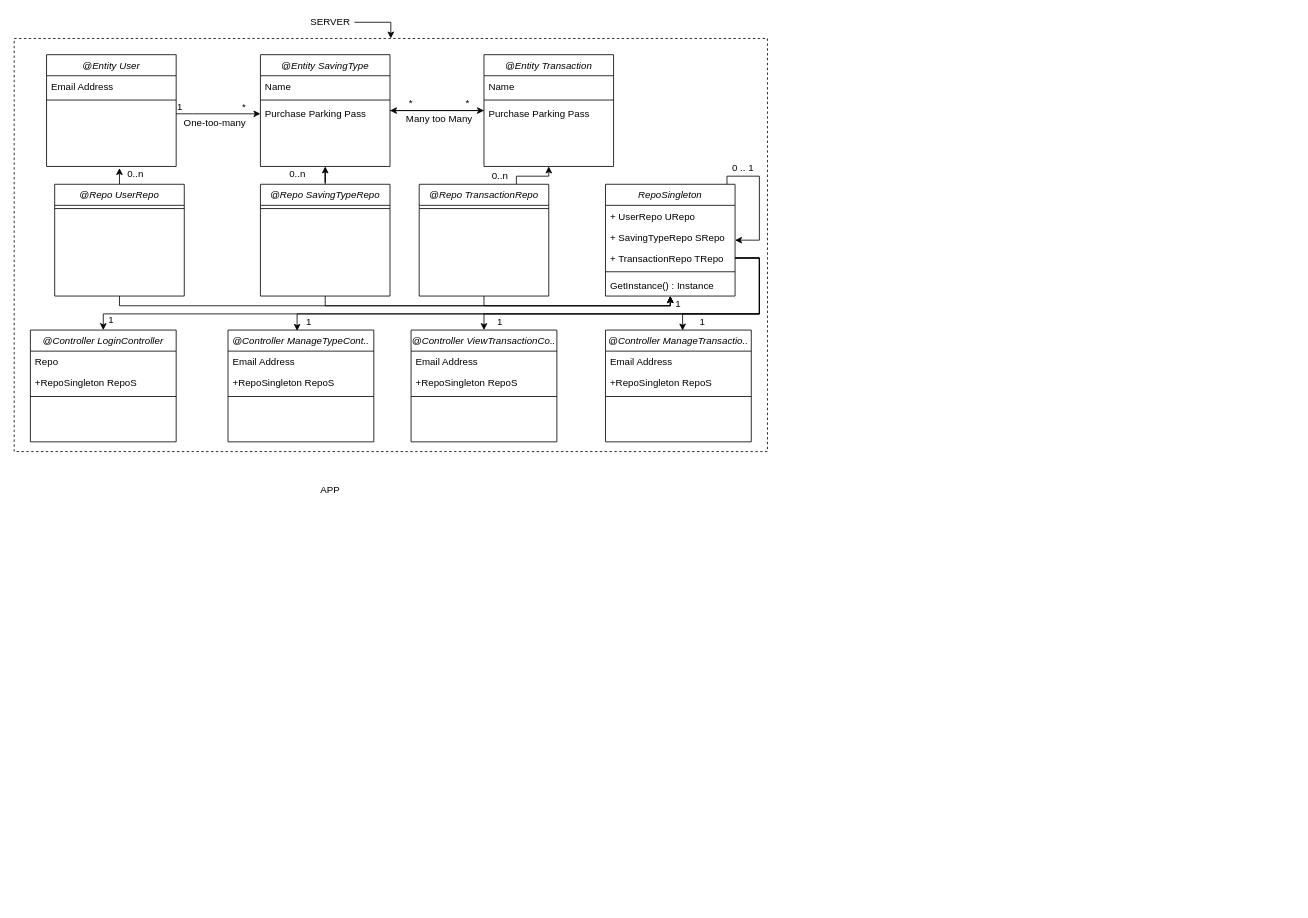
This is DIAGRAMS-verkefni-2/UMLCLASS.drawio from bhs15/BaraSpara-Hopur19, a draw.io file, before an edit. Source tidied: cells renumbered, new cells numbered last; positions are measured from the earlier drawing's top-left corner, leaving out a move shared by most shapes. Both pictures are drawn from the tidied source at 81%, with x=0, y=0 at pixel (14, 14).
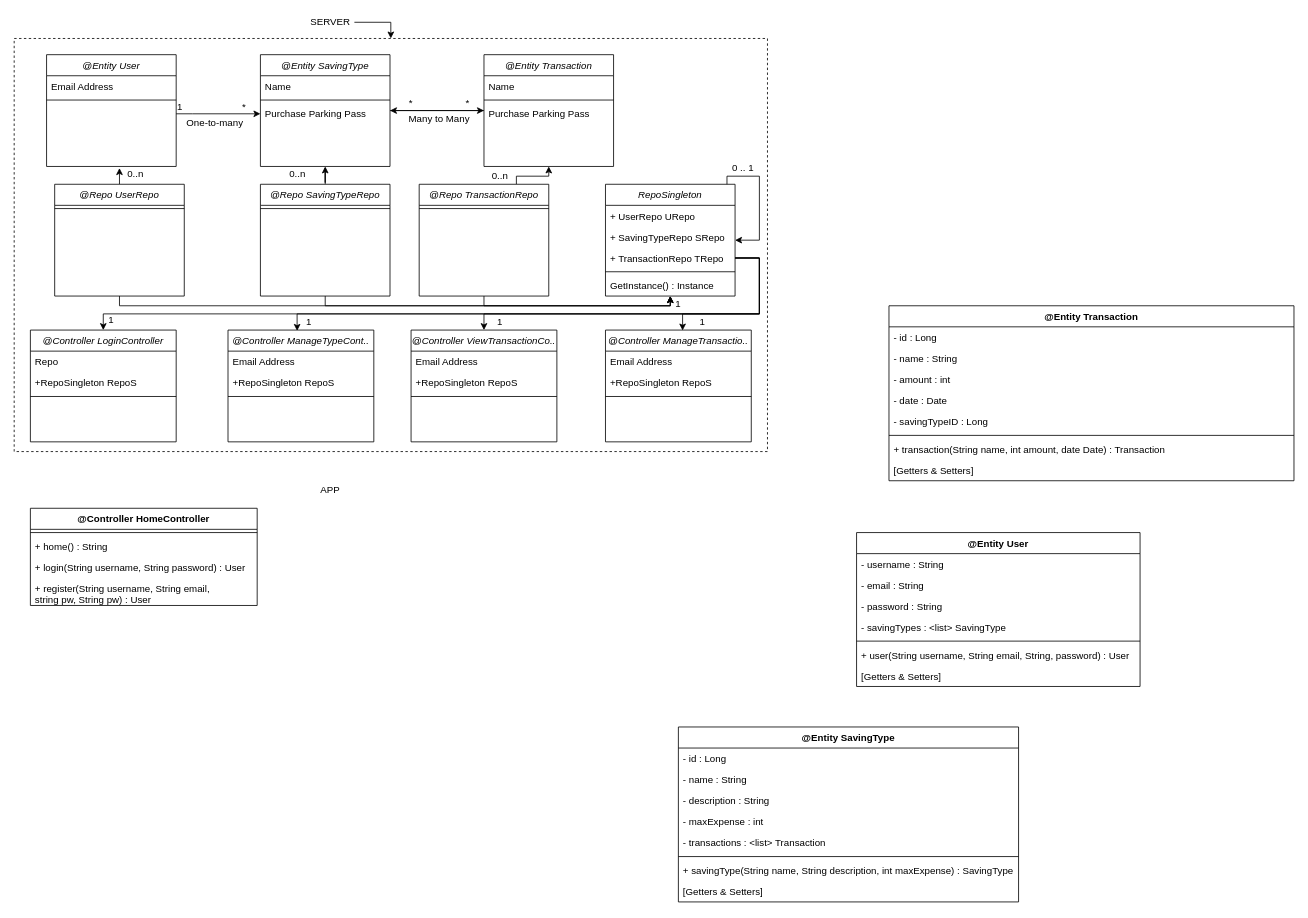
The same diagram, later.

Change to the diagram source:
```diff
@@
-    <mxCell id="24" value="One-too-many" style="text;html=1;strokeColor=none;fillColor=none;align=center;verticalAlign=middle;whiteSpace=wrap;rounded=0;dashed=1;" parent="1" vertex="1">
+    <mxCell id="24" value="One-to-many" style="text;html=1;strokeColor=none;fillColor=none;align=center;verticalAlign=middle;whiteSpace=wrap;rounded=0;dashed=1;" parent="1" vertex="1">
       <mxGeometry x="200" y="125" width="96" height="20" as="geometry" />
     </mxCell>
-    <mxCell id="25" value="Many too Many" style="text;html=1;strokeColor=none;fillColor=none;align=center;verticalAlign=middle;whiteSpace=wrap;rounded=0;dashed=1;" parent="1" vertex="1">
+    <mxCell id="25" value="Many to Many" style="text;html=1;strokeColor=none;fillColor=none;align=center;verticalAlign=middle;whiteSpace=wrap;rounded=0;dashed=1;" parent="1" vertex="1">
       <mxGeometry x="480" y="120" width="90" height="20" as="geometry" />
     </mxCell>
@@
+    <mxCell id="74" value="@Controller HomeController" style="swimlane;fontStyle=1;align=center;verticalAlign=top;horizontal=1;startSize=26;" parent="1" vertex="1">
+      <mxGeometry x="20" y="610" width="280" height="120" as="geometry" />
+    </mxCell>
+    <mxCell id="75" style="line;strokeWidth=1;fillColor=none;align=left;verticalAlign=middle;spacingTop=-1;spacingLeft=3;spacingRight=3;labelPosition=right;" parent="74" vertex="1">
+      <mxGeometry y="26" width="280" height="8" as="geometry" />
+    </mxCell>
+    <mxCell id="76" value="+ home() : String" style="text;strokeColor=none;fillColor=none;align=left;verticalAlign=top;spacingLeft=4;spacingRight=4;overflow=hidden;" parent="74" vertex="1">
+      <mxGeometry y="34" width="280" height="26" as="geometry" />
+    </mxCell>
+    <mxCell id="77" value="+ login(String username, String password) : User" style="text;strokeColor=none;fillColor=none;align=left;verticalAlign=top;spacingLeft=4;spacingRight=4;overflow=hidden;" parent="74" vertex="1">
+      <mxGeometry y="60" width="280" height="26" as="geometry" />
+    </mxCell>
+    <mxCell id="78" value="+ register(String username, String email, &#10;string pw, String pw) : User" style="text;strokeColor=none;fillColor=none;align=left;verticalAlign=top;spacingLeft=4;spacingRight=4;overflow=hidden;" parent="74" vertex="1">
+      <mxGeometry y="86" width="280" height="34" as="geometry" />
+    </mxCell>
+    <mxCell id="79" value="@Entity User" style="swimlane;fontStyle=1;align=center;verticalAlign=top;horizontal=1;startSize=26;" parent="1" vertex="1">
+      <mxGeometry x="1040" y="640" width="350" height="190" as="geometry" />
+    </mxCell>
+    <mxCell id="80" value="- username : String" style="text;strokeColor=none;fillColor=none;align=left;verticalAlign=top;spacingLeft=4;spacingRight=4;overflow=hidden;" parent="79" vertex="1">
+      <mxGeometry y="26" width="350" height="26" as="geometry" />
+    </mxCell>
+    <mxCell id="81" value="- email : String" style="text;strokeColor=none;fillColor=none;align=left;verticalAlign=top;spacingLeft=4;spacingRight=4;overflow=hidden;" parent="79" vertex="1">
+      <mxGeometry y="52" width="350" height="26" as="geometry" />
+    </mxCell>
+    <mxCell id="82" value="- password : String" style="text;strokeColor=none;fillColor=none;align=left;verticalAlign=top;spacingLeft=4;spacingRight=4;overflow=hidden;" parent="79" vertex="1">
+      <mxGeometry y="78" width="350" height="26" as="geometry" />
+    </mxCell>
+    <mxCell id="83" value="- savingTypes : &lt;list&gt; SavingType" style="text;strokeColor=none;fillColor=none;align=left;verticalAlign=top;spacingLeft=4;spacingRight=4;overflow=hidden;" parent="79" vertex="1">
+      <mxGeometry y="104" width="350" height="26" as="geometry" />
+    </mxCell>
+    <mxCell id="84" style="line;strokeWidth=1;fillColor=none;align=left;verticalAlign=middle;spacingTop=-1;spacingLeft=3;spacingRight=3;labelPosition=right;" parent="79" vertex="1">
+      <mxGeometry y="130" width="350" height="8" as="geometry" />
+    </mxCell>
+    <mxCell id="85" value="+ user(String username, String email, String, password) : User" style="text;strokeColor=none;fillColor=none;align=left;verticalAlign=top;spacingLeft=4;spacingRight=4;overflow=hidden;" parent="79" vertex="1">
+      <mxGeometry y="138" width="350" height="26" as="geometry" />
+    </mxCell>
+    <mxCell id="86" value="[Getters &amp; Setters]" style="text;strokeColor=none;fillColor=none;align=left;verticalAlign=top;spacingLeft=4;spacingRight=4;overflow=hidden;" parent="79" vertex="1">
+      <mxGeometry y="164" width="350" height="26" as="geometry" />
+    </mxCell>
+    <mxCell id="87" value="@Entity SavingType" style="swimlane;fontStyle=1;align=center;verticalAlign=top;horizontal=1;startSize=26;" parent="1" vertex="1">
+      <mxGeometry x="820" y="880" width="420" height="216" as="geometry" />
+    </mxCell>
+    <mxCell id="88" value="- id : Long" style="text;strokeColor=none;fillColor=none;align=left;verticalAlign=top;spacingLeft=4;spacingRight=4;overflow=hidden;" parent="87" vertex="1">
+      <mxGeometry y="26" width="420" height="26" as="geometry" />
+    </mxCell>
+    <mxCell id="89" value="- name : String" style="text;strokeColor=none;fillColor=none;align=left;verticalAlign=top;spacingLeft=4;spacingRight=4;overflow=hidden;" parent="87" vertex="1">
+      <mxGeometry y="52" width="420" height="26" as="geometry" />
+    </mxCell>
+    <mxCell id="90" value="- description : String" style="text;strokeColor=none;fillColor=none;align=left;verticalAlign=top;spacingLeft=4;spacingRight=4;overflow=hidden;" parent="87" vertex="1">
+      <mxGeometry y="78" width="420" height="26" as="geometry" />
+    </mxCell>
+    <mxCell id="91" value="- maxExpense : int" style="text;strokeColor=none;fillColor=none;align=left;verticalAlign=top;spacingLeft=4;spacingRight=4;overflow=hidden;" parent="87" vertex="1">
+      <mxGeometry y="104" width="420" height="26" as="geometry" />
+    </mxCell>
+    <mxCell id="92" value="- transactions : &lt;list&gt; Transaction" style="text;strokeColor=none;fillColor=none;align=left;verticalAlign=top;spacingLeft=4;spacingRight=4;overflow=hidden;" parent="87" vertex="1">
+      <mxGeometry y="130" width="420" height="26" as="geometry" />
+    </mxCell>
+    <mxCell id="93" style="line;strokeWidth=1;fillColor=none;align=left;verticalAlign=middle;spacingTop=-1;spacingLeft=3;spacingRight=3;labelPosition=right;" parent="87" vertex="1">
+      <mxGeometry y="156" width="420" height="8" as="geometry" />
+    </mxCell>
+    <mxCell id="94" value="+ savingType(String name, String description, int maxExpense) : SavingType" style="text;strokeColor=none;fillColor=none;align=left;verticalAlign=top;spacingLeft=4;spacingRight=4;overflow=hidden;" parent="87" vertex="1">
+      <mxGeometry y="164" width="420" height="26" as="geometry" />
+    </mxCell>
+    <mxCell id="95" value="[Getters &amp; Setters]" style="text;strokeColor=none;fillColor=none;align=left;verticalAlign=top;spacingLeft=4;spacingRight=4;overflow=hidden;" parent="87" vertex="1">
+      <mxGeometry y="190" width="420" height="26" as="geometry" />
+    </mxCell>
+    <mxCell id="96" value="@Entity Transaction" style="swimlane;fontStyle=1;align=center;verticalAlign=top;horizontal=1;startSize=26;" parent="1" vertex="1">
+      <mxGeometry x="1080" y="360" width="500" height="216" as="geometry" />
+    </mxCell>
+    <mxCell id="97" value="- id : Long" style="text;strokeColor=none;fillColor=none;align=left;verticalAlign=top;spacingLeft=4;spacingRight=4;overflow=hidden;" parent="96" vertex="1">
+      <mxGeometry y="26" width="500" height="26" as="geometry" />
+    </mxCell>
+    <mxCell id="98" value="- name : String" style="text;strokeColor=none;fillColor=none;align=left;verticalAlign=top;spacingLeft=4;spacingRight=4;overflow=hidden;" parent="96" vertex="1">
+      <mxGeometry y="52" width="500" height="26" as="geometry" />
+    </mxCell>
+    <mxCell id="99" value="- amount : int" style="text;strokeColor=none;fillColor=none;align=left;verticalAlign=top;spacingLeft=4;spacingRight=4;overflow=hidden;" parent="96" vertex="1">
+      <mxGeometry y="78" width="500" height="26" as="geometry" />
+    </mxCell>
+    <mxCell id="100" value="- date : Date" style="text;strokeColor=none;fillColor=none;align=left;verticalAlign=top;spacingLeft=4;spacingRight=4;overflow=hidden;" parent="96" vertex="1">
+      <mxGeometry y="104" width="500" height="26" as="geometry" />
+    </mxCell>
+    <mxCell id="101" value="- savingTypeID : Long" style="text;strokeColor=none;fillColor=none;align=left;verticalAlign=top;spacingLeft=4;spacingRight=4;overflow=hidden;" parent="96" vertex="1">
+      <mxGeometry y="130" width="500" height="26" as="geometry" />
+    </mxCell>
+    <mxCell id="102" style="line;strokeWidth=1;fillColor=none;align=left;verticalAlign=middle;spacingTop=-1;spacingLeft=3;spacingRight=3;labelPosition=right;" parent="96" vertex="1">
+      <mxGeometry y="156" width="500" height="8" as="geometry" />
+    </mxCell>
+    <mxCell id="103" value="+ transaction(String name, int amount, date Date) : Transaction" style="text;strokeColor=none;fillColor=none;align=left;verticalAlign=top;spacingLeft=4;spacingRight=4;overflow=hidden;" parent="96" vertex="1">
+      <mxGeometry y="164" width="500" height="26" as="geometry" />
+    </mxCell>
+    <mxCell id="104" value="[Getters &amp; Setters]" style="text;strokeColor=none;fillColor=none;align=left;verticalAlign=top;spacingLeft=4;spacingRight=4;overflow=hidden;" parent="96" vertex="1">
+      <mxGeometry y="190" width="500" height="26" as="geometry" />
+    </mxCell>
```
